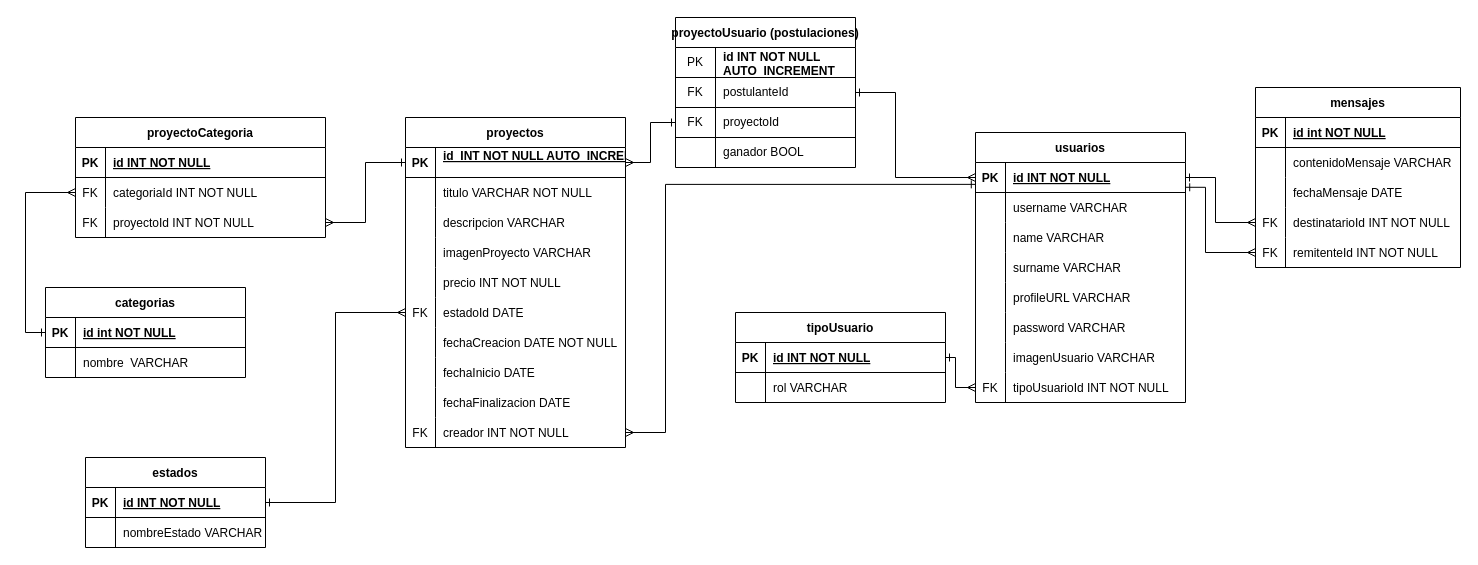
Before: docs/Diagrama_ER.drawio in 0122CDFSNCN06LAED/grupo-05, a draw.io diagram. Source tidied: cells renumbered, new cells numbered last; positions are measured from the earlier drawing's top-left corner, leaving out a move shared by most shapes. Both pictures are drawn from the tidied source at 100%, with x=0, y=0 at pixel (45, 17).
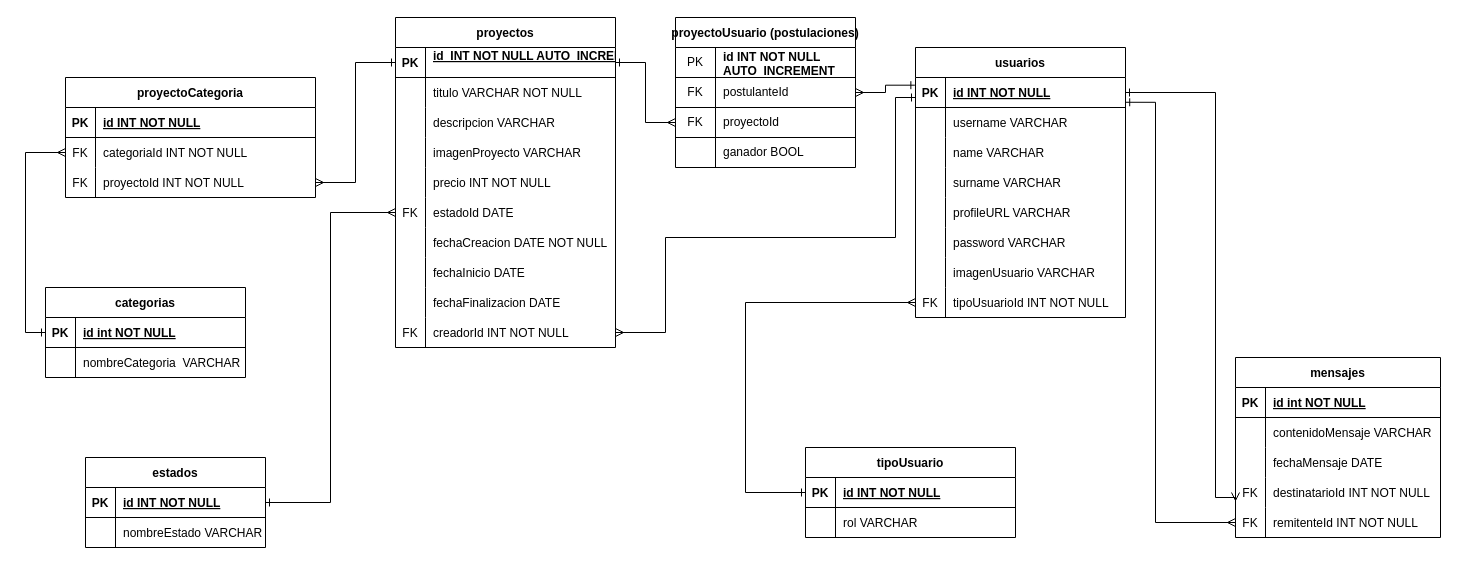
After the change.

The change refers to these unchanged cells:
```xml
<mxCell id="3" style="shape=tableRow;horizontal=0;startSize=0;swimlaneHead=0;swimlaneBody=0;fillColor=none;points=[[0,0.5],[1,0.5]];portConstraint=eastwest;top=0;left=0;right=0;bottom=1;" parent="2" vertex="1">
  <mxGeometry y="30" width="210" height="30" as="geometry" />
</mxCell>
<mxCell id="24" style="shape=tableRow;horizontal=0;startSize=0;swimlaneHead=0;swimlaneBody=0;fillColor=none;points=[[0,0.5],[1,0.5]];portConstraint=eastwest;top=0;left=0;right=0;bottom=0;" parent="2" vertex="1">
  <mxGeometry y="240" width="210" height="30" as="geometry" />
</mxCell>
<mxCell id="28" style="shape=tableRow;horizontal=0;startSize=0;swimlaneHead=0;swimlaneBody=0;fillColor=none;points=[[0,0.5],[1,0.5]];portConstraint=eastwest;top=0;left=0;right=0;bottom=1;" parent="27" vertex="1">
  <mxGeometry y="30" width="210" height="30" as="geometry" />
</mxCell>
<mxCell id="35" style="shape=tableRow;horizontal=0;startSize=0;swimlaneHead=0;swimlaneBody=0;fillColor=none;points=[[0,0.5],[1,0.5]];portConstraint=eastwest;top=0;left=0;right=0;bottom=1;" parent="34" vertex="1">
  <mxGeometry y="30" width="220" height="30" as="geometry" />
</mxCell>
<mxCell id="62" style="shape=tableRow;horizontal=0;startSize=0;swimlaneHead=0;swimlaneBody=0;fillColor=none;points=[[0,0.5],[1,0.5]];portConstraint=eastwest;top=0;left=0;right=0;bottom=0;" parent="34" vertex="1">
  <mxGeometry y="300" width="220" height="30" as="geometry" />
</mxCell>
<mxCell id="86" style="shape=tableRow;horizontal=0;startSize=0;swimlaneHead=0;swimlaneBody=0;fillColor=none;top=0;left=0;right=0;bottom=0;" parent="82" vertex="1">
  <mxGeometry y="60" width="200" height="30" as="geometry" />
</mxCell>
<mxCell id="99" style="shape=tableRow;horizontal=0;startSize=0;swimlaneHead=0;swimlaneBody=0;fillColor=none;points=[[0,0.5],[1,0.5]];portConstraint=eastwest;top=0;left=0;right=0;bottom=0;" parent="89" vertex="1">
  <mxGeometry y="120" width="205" height="30" as="geometry" />
</mxCell>
<mxCell id="102" style="shape=tableRow;horizontal=0;startSize=0;swimlaneHead=0;swimlaneBody=0;fillColor=none;points=[[0,0.5],[1,0.5]];portConstraint=eastwest;top=0;left=0;right=0;bottom=0;" parent="89" vertex="1">
  <mxGeometry y="150" width="205" height="30" as="geometry" />
</mxCell>
<mxCell id="111" style="shape=partialRectangle;html=1;whiteSpace=wrap;fillColor=none;top=0;left=0;bottom=0;right=0;points=[[0,0.5],[1,0.5]];portConstraint=eastwest;" parent="107" vertex="1">
  <mxGeometry y="60" width="180" height="30" as="geometry" />
</mxCell>
<mxCell id="114" style="shape=partialRectangle;html=1;whiteSpace=wrap;fillColor=none;top=0;left=0;bottom=0;right=0;points=[[0,0.5],[1,0.5]];portConstraint=eastwest;" parent="107" vertex="1">
  <mxGeometry y="90" width="180" height="30" as="geometry" />
</mxCell>
```

Diff of the diagram source:
```diff
@@
     <mxCell id="2" value="usuarios" style="shape=table;startSize=30;childLayout=tableLayout;rowLines=0;fontStyle=1;align=center;" parent="1" vertex="1">
-      <mxGeometry x="930" y="115" width="210" height="270" as="geometry" />
+      <mxGeometry x="870" y="30" width="210" height="270" as="geometry" />
     </mxCell>
@@
     <mxCell id="27" value="tipoUsuario" style="shape=table;startSize=30;childLayout=tableLayout;rowLines=0;fontStyle=1;align=center;" parent="1" vertex="1">
-      <mxGeometry x="690" y="295" width="210" height="90" as="geometry" />
+      <mxGeometry x="760" y="430" width="210" height="90" as="geometry" />
     </mxCell>
@@
     <mxCell id="34" value="proyectos" style="shape=table;startSize=30;childLayout=tableLayout;rowLines=0;fontStyle=1;align=center;" parent="1" vertex="1">
-      <mxGeometry x="360" y="100" width="220" height="330" as="geometry" />
+      <mxGeometry x="350" width="220" height="330" as="geometry" />
     </mxCell>
@@
-    <mxCell id="64" value="creador INT NOT NULL" style="shape=partialRectangle;fillColor=none;top=0;left=0;bottom=0;right=0;align=left;spacingLeft=6;overflow=hidden;" parent="62" vertex="1">
+    <mxCell id="64" value="creadorId INT NOT NULL" style="shape=partialRectangle;fillColor=none;top=0;left=0;bottom=0;right=0;align=left;spacingLeft=6;overflow=hidden;" parent="62" vertex="1">
       <mxGeometry x="30" width="190" height="30" as="geometry" />
     </mxCell>
     <mxCell id="65" value="proyectoCategoria" style="shape=table;startSize=30;childLayout=tableLayout;rowLines=0;fontStyle=1;align=center;" parent="1" vertex="1">
-      <mxGeometry x="30" y="100" width="250" height="120" as="geometry" />
+      <mxGeometry x="20" y="60" width="250" height="120" as="geometry" />
     </mxCell>
@@
-    <mxCell id="88" value="nombre  VARCHAR" style="shape=partialRectangle;fillColor=none;top=0;left=0;bottom=0;right=0;align=left;spacingLeft=6;overflow=hidden;" parent="86" vertex="1">
+    <mxCell id="88" value="nombreCategoria  VARCHAR" style="shape=partialRectangle;fillColor=none;top=0;left=0;bottom=0;right=0;align=left;spacingLeft=6;overflow=hidden;" parent="86" vertex="1">
       <mxGeometry x="30" width="170" height="30" as="geometry" />
     </mxCell>
     <mxCell id="89" value="mensajes" style="shape=table;startSize=30;childLayout=tableLayout;rowLines=0;fontStyle=1;align=center;" parent="1" vertex="1">
-      <mxGeometry x="1210" y="70" width="205" height="180" as="geometry" />
+      <mxGeometry x="1190" y="340" width="205" height="180" as="geometry" />
     </mxCell>
@@
-    <mxCell id="105" style="edgeStyle=orthogonalEdgeStyle;rounded=0;jettySize=auto;html=1;entryX=1;entryY=0.5;entryDx=0;entryDy=0;startArrow=ERmany;startFill=0;endArrow=ERone;endFill=0;exitX=0;exitY=0.5;exitDx=0;exitDy=0;" parent="1" edge="1" source="24" target="28">
+    <mxCell id="105" style="edgeStyle=orthogonalEdgeStyle;rounded=0;jettySize=auto;html=1;entryX=0;entryY=0.5;entryDx=0;entryDy=0;startArrow=ERmany;startFill=0;endArrow=ERone;endFill=0;exitX=0;exitY=0.5;exitDx=0;exitDy=0;" parent="1" edge="1" source="24" target="28">
       <mxGeometry relative="1" as="geometry">
         <Array as="points">
-          <mxPoint x="910" y="370" />
-          <mxPoint x="910" y="340" />
+          <mxPoint x="700" y="285" />
+          <mxPoint x="700" y="475" />
         </Array>
       </mxGeometry>
     </mxCell>
@@
-    <mxCell id="120" style="edgeStyle=orthogonalEdgeStyle;html=1;entryX=0;entryY=0.5;entryDx=0;entryDy=0;rounded=0;endArrow=ERmany;endFill=0;startArrow=ERone;startFill=0;exitX=1;exitY=0.5;exitDx=0;exitDy=0;" parent="1" edge="1" source="111" target="3">
-      <mxGeometry relative="1" as="geometry">
-        <Array as="points">
-          <mxPoint x="850" y="75" />
-          <mxPoint x="850" y="160" />
-        </Array>
-      </mxGeometry>
+    <mxCell id="120" style="html=1;rounded=0;endArrow=ERone;endFill=0;startArrow=ERmany;startFill=0;exitX=1;exitY=0.5;exitDx=0;exitDy=0;entryX=-0.003;entryY=0.256;entryDx=0;entryDy=0;entryPerimeter=0;edgeStyle=orthogonalEdgeStyle;elbow=vertical;" parent="1" edge="1" source="111" target="3">
+      <mxGeometry relative="1" as="geometry" />
     </mxCell>
-    <mxCell id="121" style="edgeStyle=orthogonalEdgeStyle;rounded=0;html=1;startArrow=ERone;startFill=0;endArrow=ERmany;endFill=0;" parent="1" edge="1" source="114" target="35">
+    <mxCell id="121" style="edgeStyle=orthogonalEdgeStyle;rounded=0;html=1;startArrow=ERmany;startFill=0;endArrow=ERone;endFill=0;" parent="1" edge="1" source="114" target="35">
       <mxGeometry relative="1" as="geometry" />
     </mxCell>
-    <mxCell id="122" style="edgeStyle=orthogonalEdgeStyle;rounded=0;html=1;entryX=-0.001;entryY=0.729;entryDx=0;entryDy=0;entryPerimeter=0;startArrow=ERmany;startFill=0;endArrow=ERone;endFill=0;" parent="1" edge="1" source="62" target="3">
+    <mxCell id="122" style="edgeStyle=orthogonalEdgeStyle;rounded=0;html=1;startArrow=ERmany;startFill=0;endArrow=ERone;endFill=0;exitX=1;exitY=0.5;exitDx=0;exitDy=0;" parent="1" edge="1" source="62" target="3">
       <mxGeometry relative="1" as="geometry">
         <Array as="points">
-          <mxPoint x="620" y="415" />
-          <mxPoint x="620" y="167" />
+          <mxPoint x="620" y="315" />
+          <mxPoint x="620" y="220" />
+          <mxPoint x="850" y="220" />
+          <mxPoint x="850" y="80" />
         </Array>
       </mxGeometry>
     </mxCell>
-    <mxCell id="123" style="edgeStyle=orthogonalEdgeStyle;rounded=0;html=1;startArrow=ERmany;startFill=0;endArrow=ERone;endFill=0;entryX=1.001;entryY=0.826;entryDx=0;entryDy=0;entryPerimeter=0;" parent="1" edge="1" source="102" target="3">
+    <mxCell id="123" style="edgeStyle=orthogonalEdgeStyle;rounded=0;html=1;startArrow=ERmany;startFill=0;endArrow=ERone;endFill=0;entryX=1.001;entryY=0.826;entryDx=0;entryDy=0;entryPerimeter=0;exitX=0;exitY=0.5;exitDx=0;exitDy=0;" parent="1" edge="1" source="102" target="3">
       <mxGeometry relative="1" as="geometry">
         <Array as="points">
-          <mxPoint x="1160" y="235" />
-          <mxPoint x="1160" y="170" />
+          <mxPoint x="1110" y="505" />
+          <mxPoint x="1110" y="85" />
         </Array>
       </mxGeometry>
     </mxCell>
     <mxCell id="124" style="edgeStyle=orthogonalEdgeStyle;rounded=0;html=1;startArrow=ERmany;startFill=0;endArrow=ERone;endFill=0;entryX=1;entryY=0.5;entryDx=0;entryDy=0;exitX=0;exitY=0.5;exitDx=0;exitDy=0;" parent="1" edge="1" source="99" target="3">
       <mxGeometry relative="1" as="geometry">
         <Array as="points">
-          <mxPoint x="1170" y="205" />
-          <mxPoint x="1170" y="160" />
+          <mxPoint x="1190" y="480" />
+          <mxPoint x="1170" y="480" />
+          <mxPoint x="1170" y="75" />
         </Array>
       </mxGeometry>
     </mxCell>
```
